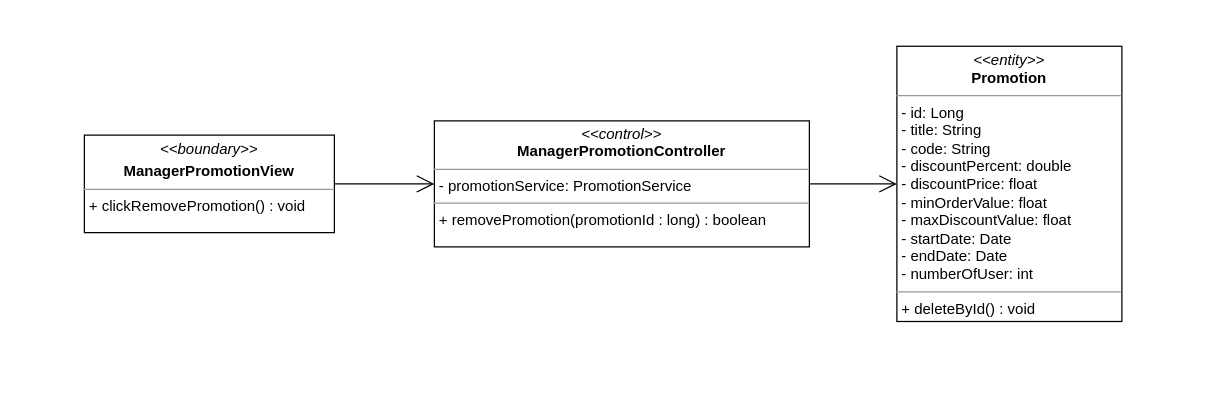
nguyenphamvan/datn_20202 keeps this draw.io diagram as class diagram/remove-promotion-class-diagram.drawio. Above is the earlier version. Source tidied: cells renumbered, new cells numbered last; positions are measured from the earlier drawing's top-left corner, leaving out a move shared by most shapes. Both pictures are drawn from the tidied source at 125%, with x=0, y=0 at pixel (84, 46).
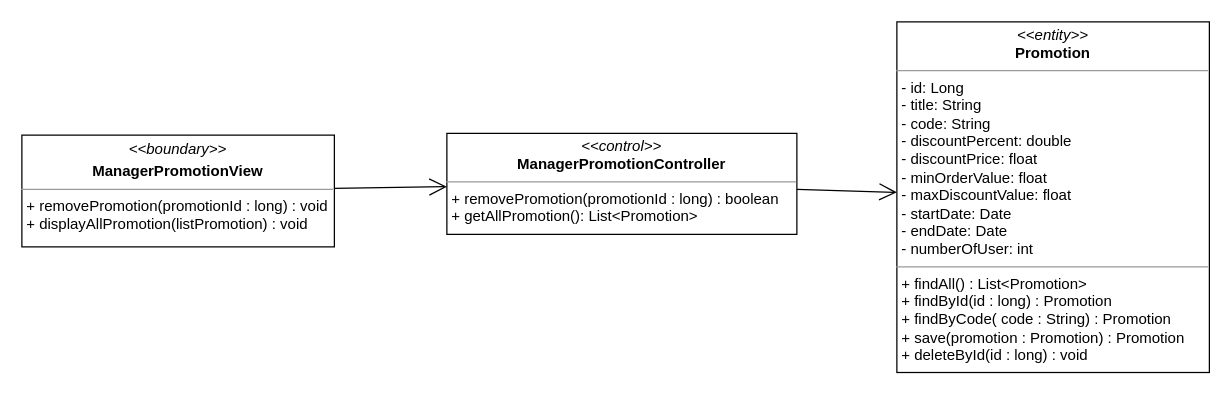
The same page after the edit.

The edit, as a diff of the source:
```diff
@@
 <mxGraphModel>
   <root>
     <mxCell id="0" />
     <mxCell id="1" parent="0" />
-    <mxCell id="2" value="&lt;p style=&quot;margin: 0px ; margin-top: 4px ; text-align: center&quot;&gt;&lt;i&gt;&amp;lt;&amp;lt;control&amp;gt;&amp;gt;&lt;/i&gt;&lt;br&gt;&lt;b&gt;ManagerPromotionController&lt;/b&gt;&lt;br&gt;&lt;/p&gt;&lt;hr size=&quot;1&quot;&gt;&lt;p style=&quot;margin: 0px ; margin-left: 4px&quot;&gt;- promotionService: PromotionService&lt;br&gt;&lt;/p&gt;&lt;hr size=&quot;1&quot;&gt;&lt;p style=&quot;margin: 0px ; margin-left: 4px&quot;&gt;+ removePromotion(promotionId : long) : boolean&lt;br&gt;&lt;/p&gt;" style="verticalAlign=top;align=left;overflow=fill;fontSize=12;fontFamily=Helvetica;html=1;" parent="1" vertex="1">
-      <mxGeometry x="280" y="59.2" width="300" height="100.8" as="geometry" />
+    <mxCell id="2" value="&lt;p style=&quot;margin: 0px ; margin-top: 4px ; text-align: center&quot;&gt;&lt;i&gt;&amp;lt;&amp;lt;control&amp;gt;&amp;gt;&lt;/i&gt;&lt;br&gt;&lt;b&gt;ManagerPromotionController&lt;/b&gt;&lt;/p&gt;&lt;hr size=&quot;1&quot;&gt;&lt;p style=&quot;margin: 0px ; margin-left: 4px&quot;&gt;+ removePromotion(promotionId : long) : boolean&lt;br&gt;&lt;/p&gt;&lt;p style=&quot;margin: 0px ; margin-left: 4px&quot;&gt;+ getAllPromotion(): List&amp;lt;Promotion&amp;gt;&lt;br&gt;&lt;/p&gt;" style="verticalAlign=top;align=left;overflow=fill;fontSize=12;fontFamily=Helvetica;html=1;" parent="1" vertex="1">
+      <mxGeometry x="290" y="69.2" width="280" height="80.8" as="geometry" />
     </mxCell>
     <mxCell id="3" style="endArrow=open;endFill=1;endSize=12;html=1;" parent="1" edge="1" source="2" target="4">
       <mxGeometry relative="1" as="geometry" />
     </mxCell>
-    <mxCell id="4" value="&lt;p style=&quot;margin: 0px ; margin-top: 4px ; text-align: center&quot;&gt;&lt;i&gt;&amp;lt;&amp;lt;entity&amp;gt;&amp;gt;&lt;/i&gt;&lt;br&gt;&lt;b&gt;Promotion&lt;/b&gt;&lt;/p&gt;&lt;hr size=&quot;1&quot;&gt;&lt;p style=&quot;margin: 0px ; margin-left: 4px&quot;&gt;- id: Long&lt;/p&gt;&lt;p style=&quot;margin: 0px 0px 0px 4px&quot;&gt;- title: String&lt;br&gt;- code: String&lt;/p&gt;&lt;p style=&quot;margin: 0px 0px 0px 4px&quot;&gt;- discountPercent: double&lt;/p&gt;&lt;p style=&quot;margin: 0px 0px 0px 4px&quot;&gt;- discountPrice: float&lt;/p&gt;&lt;p style=&quot;margin: 0px 0px 0px 4px&quot;&gt;- minOrderValue: float&lt;/p&gt;&lt;p style=&quot;margin: 0px 0px 0px 4px&quot;&gt;- maxDiscountValue: float&lt;/p&gt;&lt;p style=&quot;margin: 0px 0px 0px 4px&quot;&gt;- startDate: Date&lt;/p&gt;&lt;p style=&quot;margin: 0px 0px 0px 4px&quot;&gt;- endDate: Date&lt;/p&gt;&lt;p style=&quot;margin: 0px 0px 0px 4px&quot;&gt;- numberOfUser: int&lt;span&gt;&amp;nbsp;&lt;/span&gt;&lt;/p&gt;&lt;hr size=&quot;1&quot;&gt;&lt;p style=&quot;margin: 0px ; margin-left: 4px&quot;&gt;+ deleteById() : void&lt;/p&gt;" style="verticalAlign=top;align=left;overflow=fill;fontSize=12;fontFamily=Helvetica;html=1;" parent="1" vertex="1">
-      <mxGeometry x="650" y="-0.5" width="180" height="220.2" as="geometry" />
+    <mxCell id="4" value="&lt;p style=&quot;margin: 0px ; margin-top: 4px ; text-align: center&quot;&gt;&lt;i&gt;&amp;lt;&amp;lt;entity&amp;gt;&amp;gt;&lt;/i&gt;&lt;br&gt;&lt;b&gt;Promotion&lt;/b&gt;&lt;/p&gt;&lt;hr size=&quot;1&quot;&gt;&lt;p style=&quot;margin: 0px ; margin-left: 4px&quot;&gt;- id: Long&lt;/p&gt;&lt;p style=&quot;margin: 0px 0px 0px 4px&quot;&gt;- title: String&lt;br&gt;- code: String&lt;/p&gt;&lt;p style=&quot;margin: 0px 0px 0px 4px&quot;&gt;- discountPercent: double&lt;/p&gt;&lt;p style=&quot;margin: 0px 0px 0px 4px&quot;&gt;- discountPrice: float&lt;/p&gt;&lt;p style=&quot;margin: 0px 0px 0px 4px&quot;&gt;- minOrderValue: float&lt;/p&gt;&lt;p style=&quot;margin: 0px 0px 0px 4px&quot;&gt;- maxDiscountValue: float&lt;/p&gt;&lt;p style=&quot;margin: 0px 0px 0px 4px&quot;&gt;- startDate: Date&lt;/p&gt;&lt;p style=&quot;margin: 0px 0px 0px 4px&quot;&gt;- endDate: Date&lt;/p&gt;&lt;p style=&quot;margin: 0px 0px 0px 4px&quot;&gt;- numberOfUser: int&lt;span&gt;&amp;nbsp;&lt;/span&gt;&lt;/p&gt;&lt;hr size=&quot;1&quot;&gt;&lt;p style=&quot;margin: 0px 0px 0px 4px&quot;&gt;+ findAll() : List&amp;lt;Promotion&amp;gt;&lt;/p&gt;&lt;p style=&quot;margin: 0px 0px 0px 4px&quot;&gt;+ findById(id : long) : Promotion&lt;/p&gt;&lt;p style=&quot;margin: 0px 0px 0px 4px&quot;&gt;+ findByCode( code : String) : Promotion&lt;/p&gt;&lt;p style=&quot;margin: 0px 0px 0px 4px&quot;&gt;+ save(promotion : Promotion) : Promotion&lt;/p&gt;&lt;p style=&quot;margin: 0px 0px 0px 4px&quot;&gt;+ deleteById(id : long) : void&lt;/p&gt;" style="verticalAlign=top;align=left;overflow=fill;fontSize=12;fontFamily=Helvetica;html=1;" parent="1" vertex="1">
+      <mxGeometry x="650" y="-20" width="250" height="280.5" as="geometry" />
     </mxCell>
-    <mxCell id="5" value="&lt;p style=&quot;margin: 0px ; margin-top: 4px ; text-align: center&quot;&gt;&lt;i&gt;&amp;lt;&amp;lt;boundary&amp;gt;&amp;gt;&lt;/i&gt;&lt;/p&gt;&lt;p style=&quot;margin: 0px ; margin-top: 4px ; text-align: center&quot;&gt;&lt;b&gt;ManagerPromotionView&lt;/b&gt;&lt;/p&gt;&lt;hr size=&quot;1&quot;&gt;&lt;p style=&quot;margin: 0px ; margin-left: 4px&quot;&gt;&lt;span&gt;+ clickRemovePromotion() : void&lt;/span&gt;&lt;/p&gt;" style="verticalAlign=top;align=left;overflow=fill;fontSize=12;fontFamily=Helvetica;html=1;" parent="1" vertex="1">
-      <mxGeometry y="70.6" width="200" height="78" as="geometry" />
+    <mxCell id="5" value="&lt;p style=&quot;margin: 0px ; margin-top: 4px ; text-align: center&quot;&gt;&lt;i&gt;&amp;lt;&amp;lt;boundary&amp;gt;&amp;gt;&lt;/i&gt;&lt;/p&gt;&lt;p style=&quot;margin: 0px ; margin-top: 4px ; text-align: center&quot;&gt;&lt;b&gt;ManagerPromotionView&lt;/b&gt;&lt;/p&gt;&lt;hr size=&quot;1&quot;&gt;&lt;p style=&quot;margin: 0px ; margin-left: 4px&quot;&gt;&lt;span&gt;+ removePromotion(promotionId : long) : void&lt;/span&gt;&lt;/p&gt;&lt;p style=&quot;margin: 0px ; margin-left: 4px&quot;&gt;+ displayAllPromotion(listPromotion) : void&lt;span&gt;&lt;br&gt;&lt;/span&gt;&lt;/p&gt;" style="verticalAlign=top;align=left;overflow=fill;fontSize=12;fontFamily=Helvetica;html=1;" parent="1" vertex="1">
+      <mxGeometry x="-50" y="70.6" width="250" height="89.4" as="geometry" />
     </mxCell>
     <mxCell id="6" style="endArrow=open;endFill=1;endSize=12;html=1;" parent="1" edge="1" source="5" target="2">
       <mxGeometry relative="1" as="geometry" />
     </mxCell>
   </root>
 </mxGraphModel>
```
